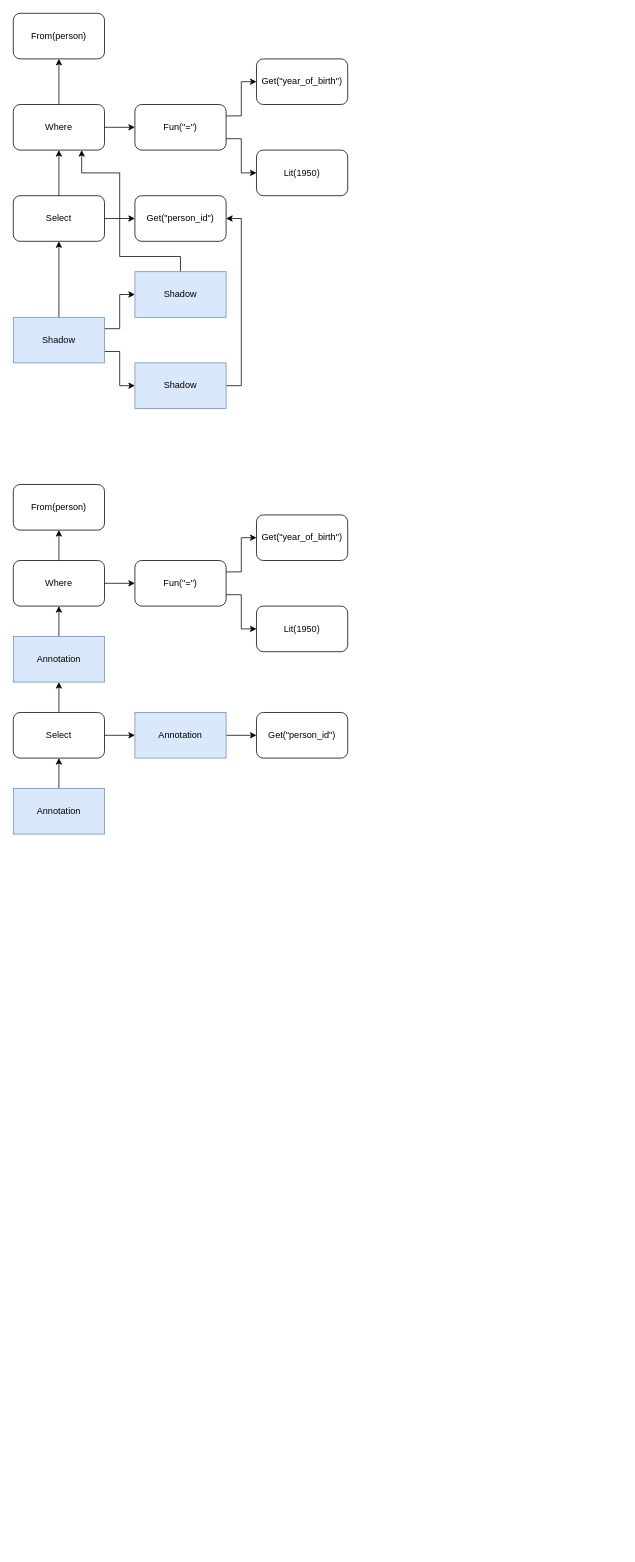
This is page "Intermediate represenation" (15 of 15) of sql-dsl.drawio from rbt-lang/diagrams, a draw.io file, before an edit. Source tidied: cells renumbered, new cells numbered last; positions are measured from the earlier drawing's top-left corner, leaving out a move shared by most shapes. Both pictures are drawn from the tidied source at 76%, with x=0, y=0 at pixel (13, 13).
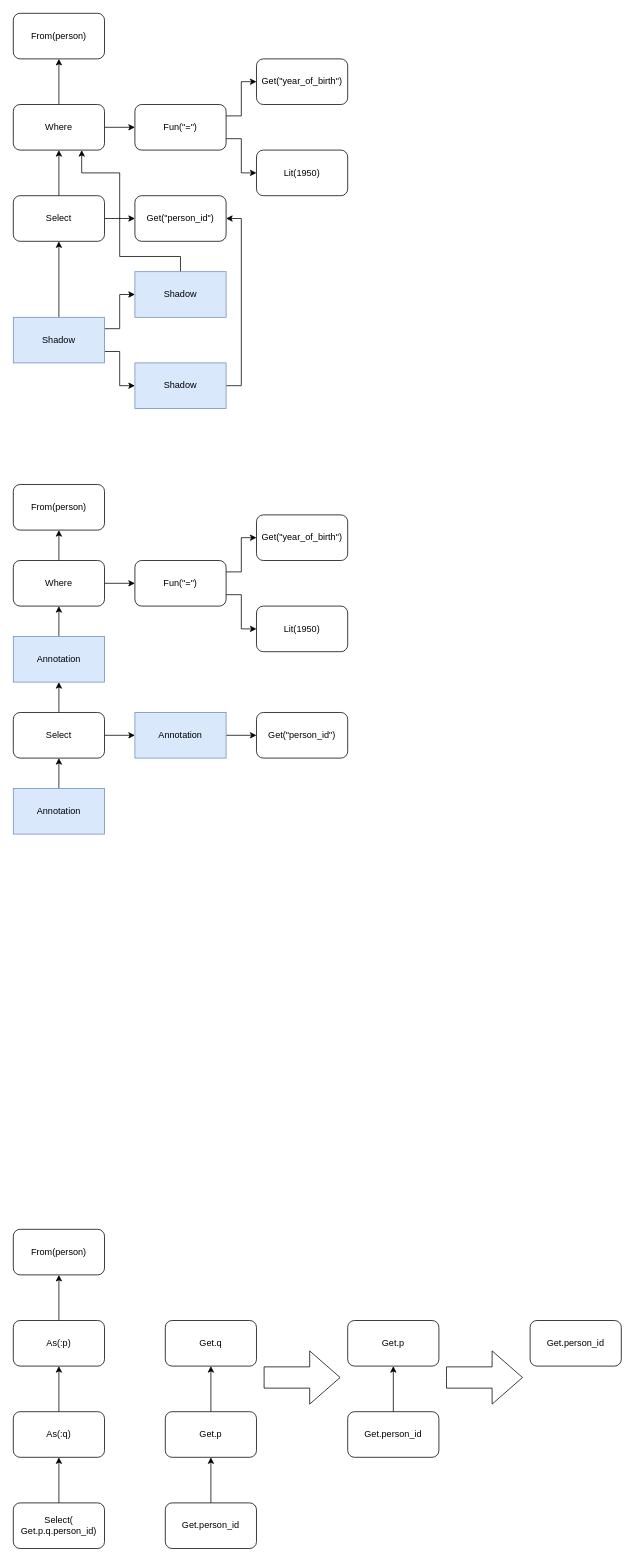
Above is the later version.

What changed in the source:
```diff
@@
+    <mxCell id="42" value="Get.q" style="rounded=1;whiteSpace=wrap;html=1;" parent="1" vertex="1">
+      <mxGeometry x="200" y="1720" width="120" height="60" as="geometry" />
+    </mxCell>
+    <mxCell id="43" style="edgeStyle=orthogonalEdgeStyle;rounded=0;jettySize=auto;html=1;entryX=0.5;entryY=1;entryDx=0;entryDy=0;" parent="1" edge="1" source="44" target="42">
+      <mxGeometry relative="1" as="geometry" />
+    </mxCell>
+    <mxCell id="44" value="Get.p" style="rounded=1;whiteSpace=wrap;html=1;" parent="1" vertex="1">
+      <mxGeometry x="200" y="1840" width="120" height="60" as="geometry" />
+    </mxCell>
+    <mxCell id="45" style="edgeStyle=orthogonalEdgeStyle;rounded=0;jettySize=auto;html=1;entryX=0.5;entryY=1;entryDx=0;entryDy=0;" parent="1" edge="1" source="46" target="44">
+      <mxGeometry relative="1" as="geometry" />
+    </mxCell>
+    <mxCell id="46" value="Get.person_id" style="rounded=1;whiteSpace=wrap;html=1;" parent="1" vertex="1">
+      <mxGeometry x="200" y="1960" width="120" height="60" as="geometry" />
+    </mxCell>
+    <mxCell id="47" value="From(person)" style="rounded=1;whiteSpace=wrap;html=1;" parent="1" vertex="1">
+      <mxGeometry y="1600" width="120" height="60" as="geometry" />
+    </mxCell>
+    <mxCell id="48" style="edgeStyle=orthogonalEdgeStyle;rounded=0;jettySize=auto;html=1;entryX=0.5;entryY=1;entryDx=0;entryDy=0;" parent="1" edge="1" source="49" target="47">
+      <mxGeometry relative="1" as="geometry" />
+    </mxCell>
+    <mxCell id="49" value="As(:p)" style="rounded=1;whiteSpace=wrap;html=1;" parent="1" vertex="1">
+      <mxGeometry y="1720" width="120" height="60" as="geometry" />
+    </mxCell>
+    <mxCell id="50" style="edgeStyle=orthogonalEdgeStyle;rounded=0;jettySize=auto;html=1;entryX=0.5;entryY=1;entryDx=0;entryDy=0;" parent="1" edge="1" source="51" target="49">
+      <mxGeometry relative="1" as="geometry" />
+    </mxCell>
+    <mxCell id="51" value="As(:q)" style="rounded=1;whiteSpace=wrap;html=1;" parent="1" vertex="1">
+      <mxGeometry y="1840" width="120" height="60" as="geometry" />
+    </mxCell>
+    <mxCell id="52" style="edgeStyle=orthogonalEdgeStyle;rounded=0;jettySize=auto;html=1;entryX=0.5;entryY=1;entryDx=0;entryDy=0;" parent="1" edge="1" source="53" target="51">
+      <mxGeometry relative="1" as="geometry" />
+    </mxCell>
+    <mxCell id="53" value="Select(&lt;br&gt;Get.p.q.person_id)" style="rounded=1;whiteSpace=wrap;html=1;" parent="1" vertex="1">
+      <mxGeometry y="1960" width="120" height="60" as="geometry" />
+    </mxCell>
+    <mxCell id="54" style="html=1;shadow=0;dashed=0;align=center;verticalAlign=middle;shape=mxgraph.arrows2.arrow;dy=0.6;dx=40;notch=0;rounded=1;" parent="1" vertex="1">
+      <mxGeometry x="330" y="1760" width="100" height="70" as="geometry" />
+    </mxCell>
+    <mxCell id="55" value="Get.p" style="rounded=1;whiteSpace=wrap;html=1;" parent="1" vertex="1">
+      <mxGeometry x="440" y="1720" width="120" height="60" as="geometry" />
+    </mxCell>
+    <mxCell id="56" style="edgeStyle=orthogonalEdgeStyle;rounded=0;jettySize=auto;html=1;entryX=0.5;entryY=1;entryDx=0;entryDy=0;" parent="1" edge="1" source="57" target="55">
+      <mxGeometry relative="1" as="geometry" />
+    </mxCell>
+    <mxCell id="57" value="Get.person_id" style="rounded=1;whiteSpace=wrap;html=1;" parent="1" vertex="1">
+      <mxGeometry x="440" y="1840" width="120" height="60" as="geometry" />
+    </mxCell>
+    <mxCell id="58" style="html=1;shadow=0;dashed=0;align=center;verticalAlign=middle;shape=mxgraph.arrows2.arrow;dy=0.6;dx=40;notch=0;rounded=1;" parent="1" vertex="1">
+      <mxGeometry x="570" y="1760" width="100" height="70" as="geometry" />
+    </mxCell>
+    <mxCell id="59" value="Get.person_id" style="rounded=1;whiteSpace=wrap;html=1;" parent="1" vertex="1">
+      <mxGeometry x="680" y="1720" width="120" height="60" as="geometry" />
+    </mxCell>
```
